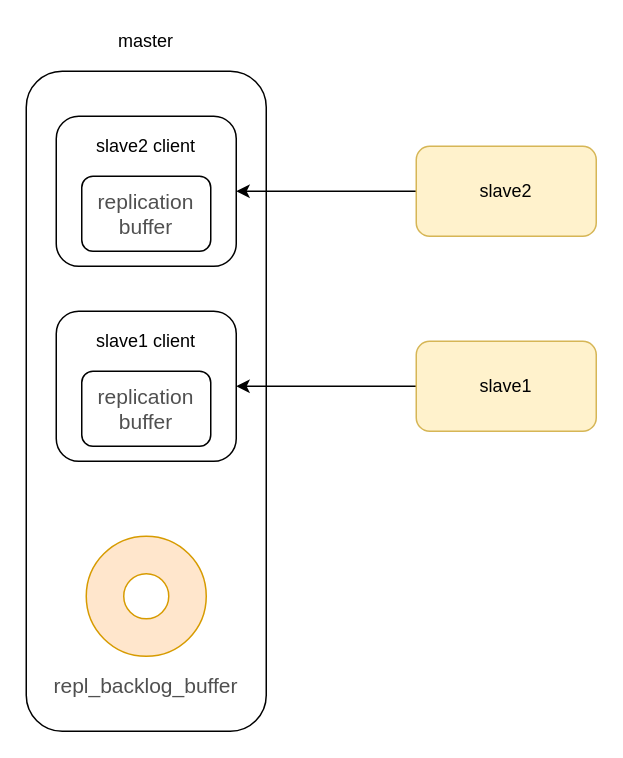
erlieStar/diagrams keeps this draw.io diagram as redis/repl_backlog_buffer和replication buffer.drawio. Above is the earlier version. Source tidied: cells renumbered, new cells numbered last; positions are measured from the earlier drawing's top-left corner, leaving out a move shared by most shapes. Both pictures are drawn from the tidied source at 150%, with x=0, y=0 at pixel (26, 26).
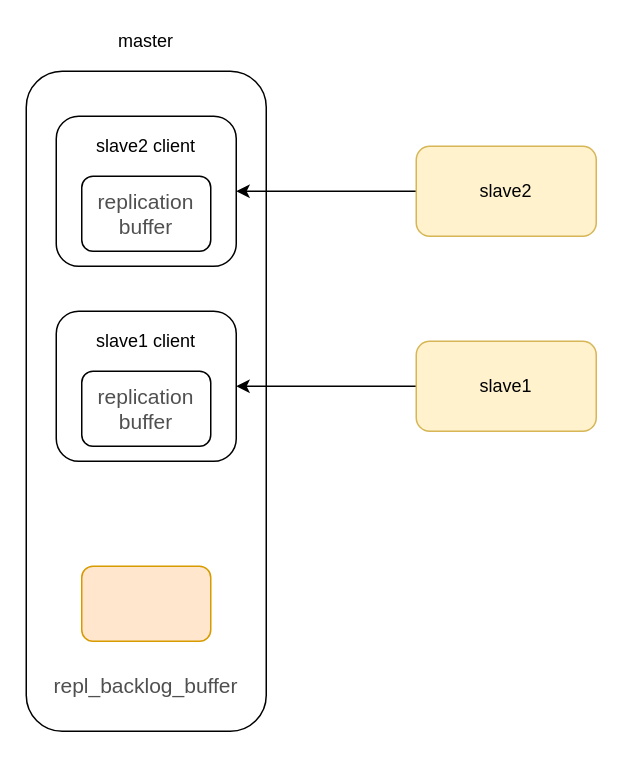
The same diagram, later.

Change to the diagram source:
```diff
@@
 <mxGraphModel>
   <root>
     <mxCell id="0" />
     <mxCell id="1" parent="0" />
     <mxCell id="2" style="rounded=1;whiteSpace=wrap;html=1;" parent="1" vertex="1">
       <mxGeometry y="30" width="160" height="440" as="geometry" />
     </mxCell>
     <mxCell id="3" style="edgeStyle=orthogonalEdgeStyle;rounded=0;jettySize=auto;html=1;exitX=0;exitY=0.5;exitDx=0;exitDy=0;entryX=1;entryY=0.5;entryDx=0;entryDy=0;" parent="1" edge="1" source="4" target="8">
       <mxGeometry relative="1" as="geometry" />
     </mxCell>
     <mxCell id="4" value="slave1" style="rounded=1;whiteSpace=wrap;html=1;fillColor=#fff2cc;strokeColor=#d6b656;" parent="1" vertex="1">
       <mxGeometry x="260" y="210" width="120" height="60" as="geometry" />
     </mxCell>
     <mxCell id="5" value="master" style="text;html=1;strokeColor=none;fillColor=none;align=center;verticalAlign=middle;whiteSpace=wrap;rounded=0;" parent="1" vertex="1">
       <mxGeometry x="60" width="40" height="20" as="geometry" />
     </mxCell>
-    <mxCell id="6" style="verticalLabelPosition=bottom;verticalAlign=top;html=1;shape=mxgraph.basic.donut;dx=25;fillColor=#ffe6cc;strokeColor=#d79b00;" parent="1" vertex="1">
-      <mxGeometry x="40" y="340" width="80" height="80" as="geometry" />
-    </mxCell>
     <mxCell id="7" value="&lt;span style=&quot;color: rgb(80 , 80 , 80) ; font-family: &amp;#34;pingfang sc&amp;#34; , &amp;#34;lantinghei sc&amp;#34; , &amp;#34;microsoft yahei&amp;#34; , &amp;#34;hiragino sans gb&amp;#34; , &amp;#34;microsoft sans serif&amp;#34; , &amp;#34;wenquanyi micro hei&amp;#34; , &amp;#34;helvetica&amp;#34; , sans-serif ; font-size: 14px ; text-align: left ; background-color: rgb(255 , 255 , 255)&quot;&gt;repl_backlog_buffer&lt;/span&gt;" style="text;html=1;strokeColor=none;fillColor=none;align=center;verticalAlign=middle;whiteSpace=wrap;rounded=0;" parent="1" vertex="1">
       <mxGeometry x="60" y="430" width="40" height="20" as="geometry" />
     </mxCell>
     <mxCell id="8" style="rounded=1;whiteSpace=wrap;html=1;" parent="1" vertex="1">
       <mxGeometry x="20" y="190" width="120" height="100" as="geometry" />
     </mxCell>
     <mxCell id="9" value="&lt;span style=&quot;color: rgb(80 , 80 , 80) ; font-family: &amp;#34;pingfang sc&amp;#34; , &amp;#34;lantinghei sc&amp;#34; , &amp;#34;microsoft yahei&amp;#34; , &amp;#34;hiragino sans gb&amp;#34; , &amp;#34;microsoft sans serif&amp;#34; , &amp;#34;wenquanyi micro hei&amp;#34; , &amp;#34;helvetica&amp;#34; , sans-serif ; font-size: 14px ; text-align: left ; background-color: rgb(255 , 255 , 255)&quot;&gt;replication buffer&lt;/span&gt;" style="rounded=1;whiteSpace=wrap;html=1;" parent="1" vertex="1">
       <mxGeometry x="37" y="230" width="86" height="50" as="geometry" />
     </mxCell>
     <mxCell id="10" value="slave1 client" style="text;html=1;strokeColor=none;fillColor=none;align=center;verticalAlign=middle;whiteSpace=wrap;rounded=0;" parent="1" vertex="1">
       <mxGeometry x="25" y="200" width="110" height="20" as="geometry" />
     </mxCell>
     <mxCell id="11" style="rounded=1;whiteSpace=wrap;html=1;" parent="1" vertex="1">
       <mxGeometry x="20" y="60" width="120" height="100" as="geometry" />
     </mxCell>
     <mxCell id="12" value="&lt;span style=&quot;color: rgb(80 , 80 , 80) ; font-family: &amp;#34;pingfang sc&amp;#34; , &amp;#34;lantinghei sc&amp;#34; , &amp;#34;microsoft yahei&amp;#34; , &amp;#34;hiragino sans gb&amp;#34; , &amp;#34;microsoft sans serif&amp;#34; , &amp;#34;wenquanyi micro hei&amp;#34; , &amp;#34;helvetica&amp;#34; , sans-serif ; font-size: 14px ; text-align: left ; background-color: rgb(255 , 255 , 255)&quot;&gt;replication buffer&lt;/span&gt;" style="rounded=1;whiteSpace=wrap;html=1;" parent="1" vertex="1">
       <mxGeometry x="37" y="100" width="86" height="50" as="geometry" />
     </mxCell>
     <mxCell id="13" value="slave2 client" style="text;html=1;strokeColor=none;fillColor=none;align=center;verticalAlign=middle;whiteSpace=wrap;rounded=0;" parent="1" vertex="1">
       <mxGeometry x="25" y="70" width="110" height="20" as="geometry" />
     </mxCell>
     <mxCell id="14" style="edgeStyle=orthogonalEdgeStyle;rounded=0;jettySize=auto;html=1;exitX=0;exitY=0.5;exitDx=0;exitDy=0;entryX=1;entryY=0.5;entryDx=0;entryDy=0;" parent="1" edge="1" source="15" target="11">
       <mxGeometry relative="1" as="geometry" />
     </mxCell>
     <mxCell id="15" value="slave2" style="rounded=1;whiteSpace=wrap;html=1;fillColor=#fff2cc;strokeColor=#d6b656;" parent="1" vertex="1">
       <mxGeometry x="260" y="80" width="120" height="60" as="geometry" />
     </mxCell>
+    <mxCell id="16" style="rounded=1;whiteSpace=wrap;html=1;fillColor=#ffe6cc;strokeColor=#d79b00;" parent="1" vertex="1">
+      <mxGeometry x="37" y="360" width="86" height="50" as="geometry" />
+    </mxCell>
   </root>
 </mxGraphModel>
```
